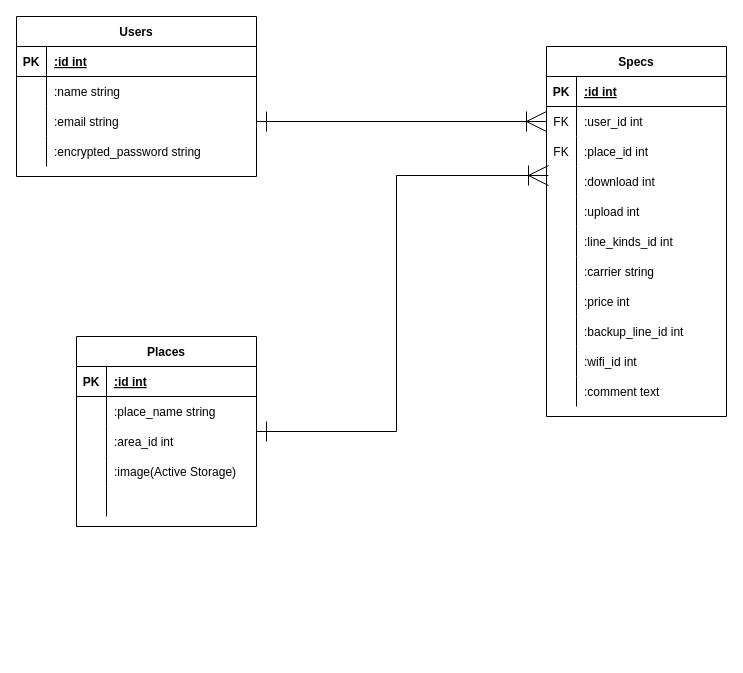
This is evels-review.dio from Kurikoko/evels-review, a draw.io file, before an edit. Source tidied: cells renumbered, new cells numbered last; positions are measured from the earlier drawing's top-left corner, leaving out a move shared by most shapes. Both pictures are drawn from the tidied source at 100%, with x=0, y=0 at pixel (16, 16).
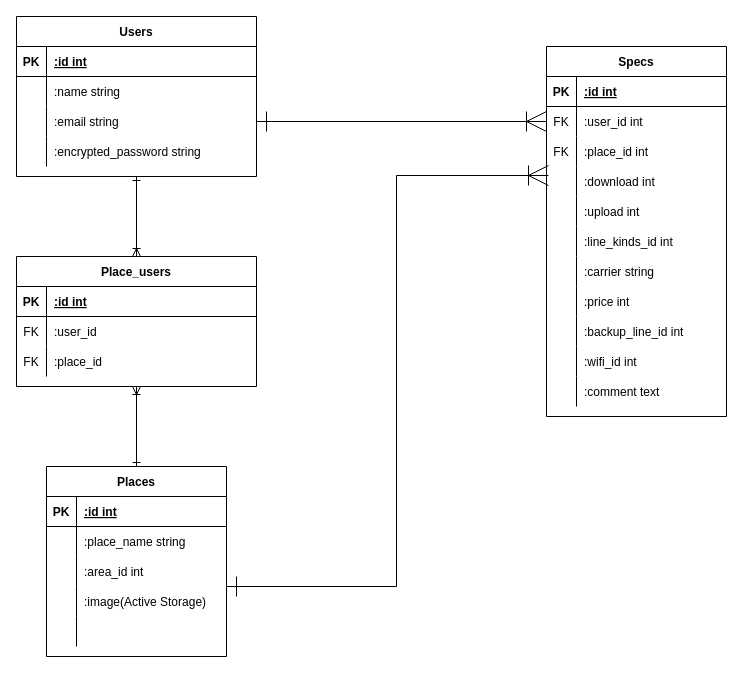
The same diagram, later.

Commit message (it also covers changes not shown here):
usersテーブルとplacesテーブルの間に中間テーブルを設ける設定に変更

The change refers to these unchanged cells:
```xml
<mxCell id="2" value="Users" style="shape=table;startSize=30;childLayout=tableLayout;rowLines=0;fontStyle=1;align=center;" parent="1" vertex="1">
  <mxGeometry width="240" height="160" as="geometry" />
</mxCell>
```

The edit, as a diff of the source:
```diff
@@
     <mxCell id="49" style="edgeStyle=orthogonalEdgeStyle;rounded=0;jettySize=auto;html=1;entryX=0.011;entryY=0.3;entryDx=0;entryDy=0;entryPerimeter=0;startArrow=ERone;startFill=0;endArrow=ERoneToMany;endFill=0;endSize=18;startSize=18;" parent="1" edge="1" source="50">
       <mxGeometry relative="1" as="geometry">
         <mxPoint x="532" y="159" as="targetPoint" />
         <Array as="points">
-          <mxPoint x="380" y="415" />
+          <mxPoint x="380" y="570" />
           <mxPoint x="380" y="159" />
         </Array>
       </mxGeometry>
     </mxCell>
+    <mxCell id="67" style="edgeStyle=orthogonalEdgeStyle;rounded=0;jettySize=auto;html=1;exitX=0.5;exitY=0;exitDx=0;exitDy=0;entryX=0.5;entryY=1;entryDx=0;entryDy=0;startArrow=ERone;startFill=0;endArrow=ERoneToMany;endFill=0;" parent="1" edge="1" source="50" target="69">
+      <mxGeometry relative="1" as="geometry" />
+    </mxCell>
     <mxCell id="50" value="Places" style="shape=table;startSize=30;childLayout=tableLayout;rowLines=0;fontStyle=1;align=center;" parent="1" vertex="1">
-      <mxGeometry x="60" y="320" width="180" height="190" as="geometry" />
+      <mxGeometry x="30" y="450" width="180" height="190" as="geometry" />
     </mxCell>
@@
+    <mxCell id="68" style="edgeStyle=orthogonalEdgeStyle;rounded=0;jettySize=auto;html=1;entryX=0.5;entryY=1;entryDx=0;entryDy=0;startArrow=ERoneToMany;startFill=0;endArrow=ERone;endFill=0;" parent="1" edge="1" source="69" target="2">
+      <mxGeometry relative="1" as="geometry" />
+    </mxCell>
+    <mxCell id="69" value="Place_users" style="shape=table;startSize=30;childLayout=tableLayout;rowLines=0;fontStyle=1;align=center;" parent="1" vertex="1">
+      <mxGeometry y="240" width="240" height="130" as="geometry" />
+    </mxCell>
+    <mxCell id="70" style="shape=partialRectangle;fillColor=none;top=0;left=0;bottom=1;right=0;" parent="69" vertex="1">
+      <mxGeometry y="30" width="240" height="30" as="geometry" />
+    </mxCell>
+    <mxCell id="71" value="PK" style="shape=partialRectangle;fillColor=none;top=0;left=0;bottom=0;right=0;fontStyle=1;overflow=hidden;" parent="70" vertex="1">
+      <mxGeometry width="30" height="30" as="geometry" />
+    </mxCell>
+    <mxCell id="72" value=":id int" style="shape=partialRectangle;fillColor=none;top=0;left=0;bottom=0;right=0;align=left;spacingLeft=6;fontStyle=5;overflow=hidden;" parent="70" vertex="1">
+      <mxGeometry x="30" width="210" height="30" as="geometry" />
+    </mxCell>
+    <mxCell id="73" style="shape=partialRectangle;fillColor=none;top=0;left=0;bottom=0;right=0;" parent="69" vertex="1">
+      <mxGeometry y="60" width="240" height="30" as="geometry" />
+    </mxCell>
+    <mxCell id="74" value="FK" style="shape=partialRectangle;fillColor=none;top=0;left=0;bottom=0;right=0;overflow=hidden;" parent="73" vertex="1">
+      <mxGeometry width="30" height="30" as="geometry" />
+    </mxCell>
+    <mxCell id="75" value=":user_id" style="shape=partialRectangle;fillColor=none;top=0;left=0;bottom=0;right=0;align=left;spacingLeft=6;overflow=hidden;" parent="73" vertex="1">
+      <mxGeometry x="30" width="210" height="30" as="geometry" />
+    </mxCell>
+    <mxCell id="76" style="shape=partialRectangle;fillColor=none;top=0;left=0;bottom=0;right=0;" parent="69" vertex="1">
+      <mxGeometry y="90" width="240" height="30" as="geometry" />
+    </mxCell>
+    <mxCell id="77" value="FK" style="shape=partialRectangle;fillColor=none;top=0;left=0;bottom=0;right=0;overflow=hidden;" parent="76" vertex="1">
+      <mxGeometry width="30" height="30" as="geometry" />
+    </mxCell>
+    <mxCell id="78" value=":place_id" style="shape=partialRectangle;fillColor=none;top=0;left=0;bottom=0;right=0;align=left;spacingLeft=6;overflow=hidden;" parent="76" vertex="1">
+      <mxGeometry x="30" width="210" height="30" as="geometry" />
+    </mxCell>
```
